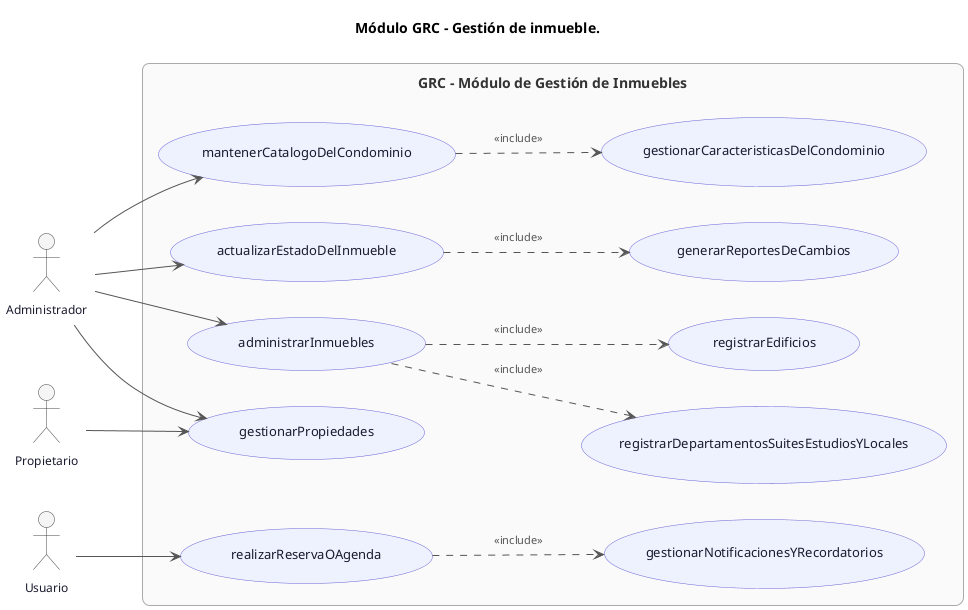
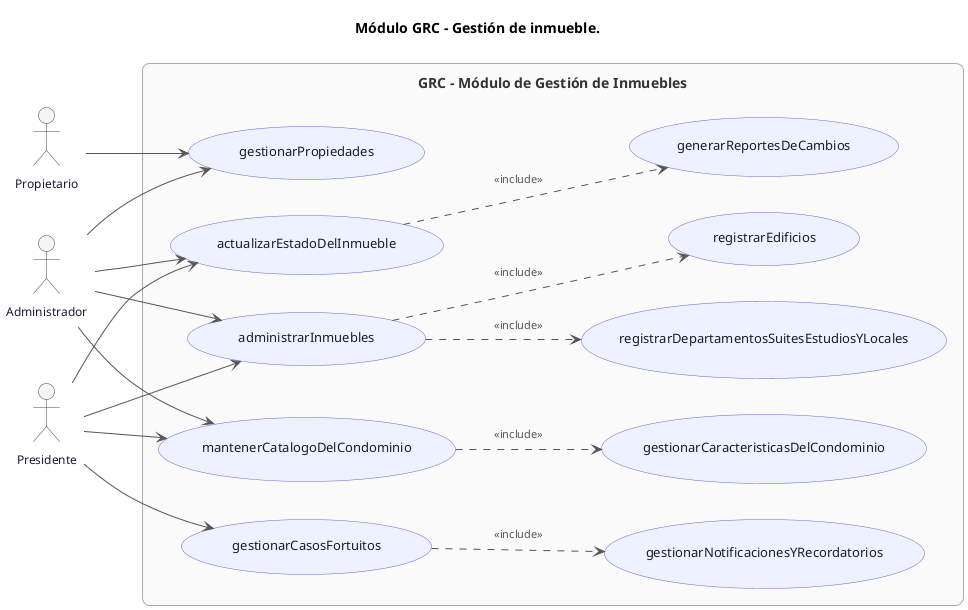
@startuml GRC_MODULO_GESTION_INMUEBLE

title Módulo GRC - Gestión de inmueble.

left to right direction
skinparam usecase {
  BackgroundColor #EEF2FF
  BorderColor #6C63D4
  FontColor #1a1a2e
  FontSize 13
}
skinparam actor {
  BackgroundColor #F5F5F5
  BorderColor #444
  FontColor #1a1a2e
  FontSize 12
}
skinparam rectangle {
  BackgroundColor #FAFAFA
  BorderColor #AAAAAA
  FontColor #333
  FontSize 14
  RoundCorner 15
}
skinparam ArrowColor #555
skinparam ArrowFontSize 11
skinparam ArrowFontColor #555
skinparam Padding 8
skinparam shadowing false

actor Administrador as ADM
actor Propietario   as PROP
- actor Usuario       as USR
+ actor Presidente    as PRES

rectangle "GRC – Módulo de Gestión de Inmuebles" {
  usecase "administrarInmuebles"                        as UC1
  usecase "registrarEdificios"                          as UC2
  usecase "registrarDepartamentosSuitesEstudiosYLocales" as UC3
  usecase "mantenerCatalogoDelCondominio"             as UC4
  usecase "gestionarCaracteristicasDelCondominio"    as UC5
  usecase "gestionarPropiedades"                      as UC6
-   usecase "realizarReservaOAgenda"                    as UC7
+   usecase "gestionarCasosFortuitos"                    as UC7
  usecase "gestionarNotificacionesYRecordatorios"    as UC8
  usecase "actualizarEstadoDelInmueble"              as UC9
  usecase "generarReportesDeCambios"                 as UC10
}

' --- Relaciones de actores ---
ADM  --> UC1
ADM  --> UC4
ADM  --> UC6
ADM  --> UC9

PROP --> UC6

- USR  --> UC7
+ PRES  --> UC7
+ PRES  --> UC1
+ PRES  --> UC4
+ PRES  --> UC9

' --- Relaciones include ---
UC1 ..> UC2  : <<include>>
UC1 ..> UC3  : <<include>>
UC4 ..> UC5  : <<include>>
UC7 ..> UC8  : <<include>>
UC9 ..> UC10 : <<include>>

@enduml